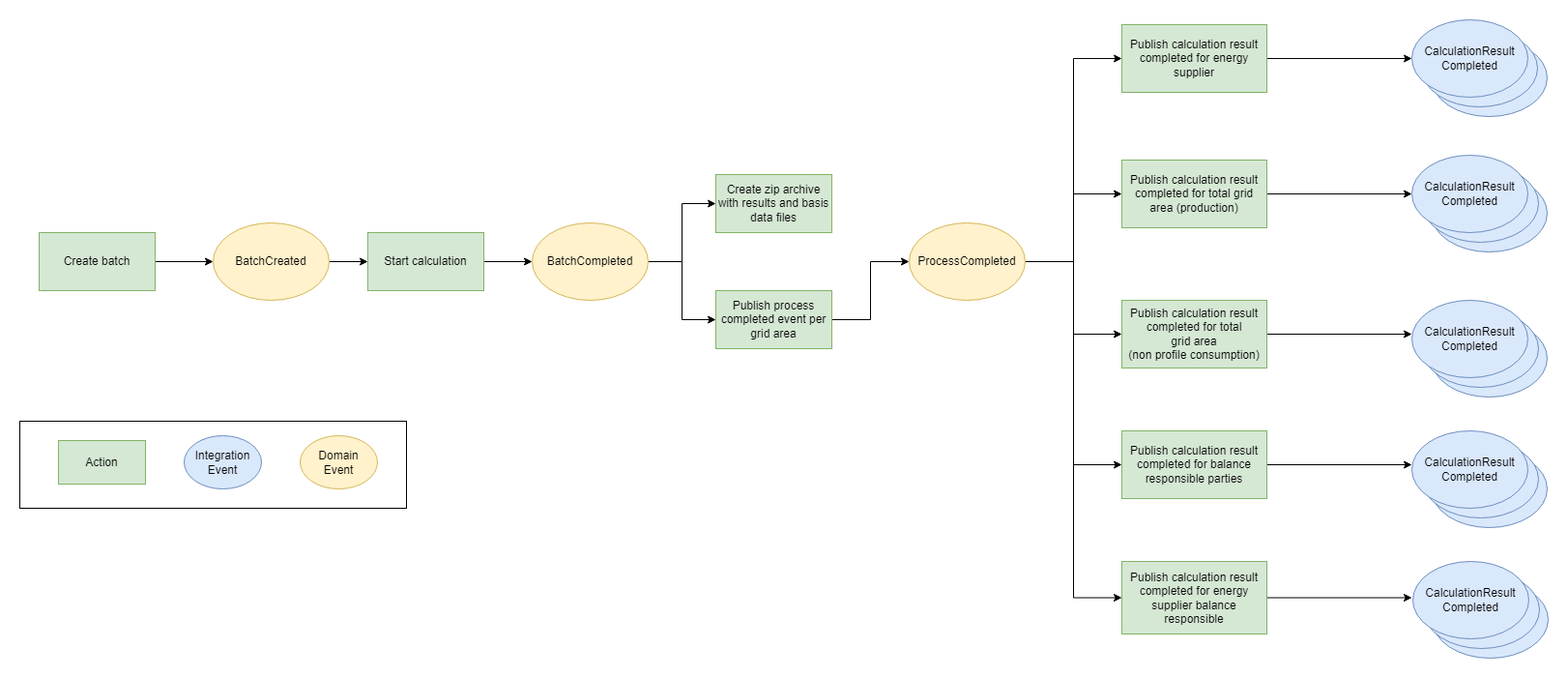
This is docs/images/events.drawio.png from Energinet-DataHub/opengeh-wholesale, a draw.io export, as it was before one commit. Source tidied: cells renumbered, new cells last; positions are measured from the earlier drawing's top-left corner, leaving out a move shared by most shapes. The source it was exported from:
```xml
<mxGraphModel background="#ffffff">
  <root>
    <mxCell id="0" />
    <mxCell id="1" parent="0" />
    <mxCell id="2" style="ellipse;whiteSpace=wrap;html=1;fillColor=#dae8fc;strokeColor=#6c8ebf;" parent="1" vertex="1">
      <mxGeometry x="1460" y="20" width="120" height="80" as="geometry" />
    </mxCell>
    <mxCell id="3" style="ellipse;whiteSpace=wrap;html=1;fillColor=#dae8fc;strokeColor=#6c8ebf;" parent="1" vertex="1">
      <mxGeometry x="1450" y="10" width="120" height="80" as="geometry" />
    </mxCell>
    <mxCell id="4" style="rounded=0;whiteSpace=wrap;html=1;align=left;" parent="1" vertex="1">
      <mxGeometry y="415" width="400" height="90" as="geometry" />
    </mxCell>
    <mxCell id="5" style="edgeStyle=orthogonalEdgeStyle;rounded=0;jettySize=auto;html=1;entryX=0;entryY=0.5;entryDx=0;entryDy=0;" parent="1" edge="1" source="6" target="9">
      <mxGeometry relative="1" as="geometry" />
    </mxCell>
    <mxCell id="6" value="Start calculation" style="rounded=0;whiteSpace=wrap;html=1;fillColor=#d5e8d4;strokeColor=#82b366;" parent="1" vertex="1">
      <mxGeometry x="360" y="220" width="120" height="60" as="geometry" />
    </mxCell>
    <mxCell id="7" style="edgeStyle=orthogonalEdgeStyle;rounded=0;jettySize=auto;html=1;entryX=0;entryY=0.5;entryDx=0;entryDy=0;" parent="1" edge="1" source="9" target="11">
      <mxGeometry relative="1" as="geometry" />
    </mxCell>
    <mxCell id="8" style="edgeStyle=orthogonalEdgeStyle;rounded=0;jettySize=auto;html=1;entryX=0;entryY=0.5;entryDx=0;entryDy=0;" parent="1" edge="1" source="9" target="12">
      <mxGeometry relative="1" as="geometry" />
    </mxCell>
    <mxCell id="9" value="BatchCompleted" style="ellipse;whiteSpace=wrap;html=1;fillColor=#fff2cc;strokeColor=#d6b656;" parent="1" vertex="1">
      <mxGeometry x="530" y="210" width="120" height="80" as="geometry" />
    </mxCell>
    <mxCell id="10" style="edgeStyle=orthogonalEdgeStyle;rounded=0;jettySize=auto;html=1;entryX=0;entryY=0.5;entryDx=0;entryDy=0;" parent="1" edge="1" source="11" target="18">
      <mxGeometry relative="1" as="geometry" />
    </mxCell>
    <mxCell id="11" value="Publish process completed event per grid area" style="rounded=0;whiteSpace=wrap;html=1;fillColor=#d5e8d4;strokeColor=#82b366;" parent="1" vertex="1">
      <mxGeometry x="720" y="280" width="120" height="60" as="geometry" />
    </mxCell>
    <mxCell id="12" value="Create zip archive with results and basis data files" style="rounded=0;whiteSpace=wrap;html=1;fillColor=#d5e8d4;strokeColor=#82b366;" parent="1" vertex="1">
      <mxGeometry x="720" y="160" width="120" height="60" as="geometry" />
    </mxCell>
    <mxCell id="13" style="edgeStyle=orthogonalEdgeStyle;rounded=0;jettySize=auto;html=1;entryX=0;entryY=0.5;entryDx=0;entryDy=0;" parent="1" edge="1" source="18" target="20">
      <mxGeometry relative="1" as="geometry" />
    </mxCell>
    <mxCell id="14" style="edgeStyle=orthogonalEdgeStyle;rounded=0;jettySize=auto;html=1;entryX=0;entryY=0.5;entryDx=0;entryDy=0;" parent="1" edge="1" source="18" target="25">
      <mxGeometry relative="1" as="geometry" />
    </mxCell>
    <mxCell id="15" style="edgeStyle=orthogonalEdgeStyle;rounded=0;jettySize=auto;html=1;entryX=0;entryY=0.5;entryDx=0;entryDy=0;" parent="1" edge="1" source="18" target="27">
      <mxGeometry relative="1" as="geometry" />
    </mxCell>
    <mxCell id="16" style="edgeStyle=orthogonalEdgeStyle;rounded=0;jettySize=auto;html=1;entryX=0;entryY=0.5;entryDx=0;entryDy=0;" parent="1" edge="1" source="18" target="29">
      <mxGeometry relative="1" as="geometry" />
    </mxCell>
    <mxCell id="17" style="edgeStyle=orthogonalEdgeStyle;rounded=0;jettySize=auto;html=1;entryX=0;entryY=0.5;entryDx=0;entryDy=0;" parent="1" edge="1" source="18" target="23">
      <mxGeometry relative="1" as="geometry" />
    </mxCell>
    <mxCell id="18" value="ProcessCompleted" style="ellipse;whiteSpace=wrap;html=1;fillColor=#fff2cc;strokeColor=#d6b656;" parent="1" vertex="1">
      <mxGeometry x="920" y="210" width="120" height="80" as="geometry" />
    </mxCell>
    <mxCell id="19" style="edgeStyle=orthogonalEdgeStyle;rounded=0;jettySize=auto;html=1;entryX=0;entryY=0.5;entryDx=0;entryDy=0;" parent="1" edge="1" source="20" target="21">
      <mxGeometry relative="1" as="geometry" />
    </mxCell>
    <mxCell id="20" value="Publish calculation result completed for energy supplier" style="rounded=0;whiteSpace=wrap;html=1;fillColor=#d5e8d4;strokeColor=#82b366;" parent="1" vertex="1">
      <mxGeometry x="1140" y="5" width="150" height="70" as="geometry" />
    </mxCell>
    <mxCell id="21" value="CalculationResult Completed" style="ellipse;whiteSpace=wrap;html=1;fillColor=#dae8fc;strokeColor=#6c8ebf;" parent="1" vertex="1">
      <mxGeometry x="1440" width="120" height="80" as="geometry" />
    </mxCell>
    <mxCell id="22" style="edgeStyle=orthogonalEdgeStyle;rounded=0;jettySize=auto;html=1;entryX=0;entryY=0.5;entryDx=0;entryDy=0;" parent="1" edge="1" source="23">
      <mxGeometry relative="1" as="geometry">
        <mxPoint x="1440" y="180" as="targetPoint" />
      </mxGeometry>
    </mxCell>
    <mxCell id="23" value="Publish calculation result completed for total grid area (production)" style="rounded=0;whiteSpace=wrap;html=1;fillColor=#d5e8d4;strokeColor=#82b366;" parent="1" vertex="1">
      <mxGeometry x="1140" y="145" width="150" height="70" as="geometry" />
    </mxCell>
    <mxCell id="24" style="edgeStyle=orthogonalEdgeStyle;rounded=0;jettySize=auto;html=1;entryX=0;entryY=0.5;entryDx=0;entryDy=0;" parent="1" edge="1" source="25">
      <mxGeometry relative="1" as="geometry">
        <mxPoint x="1440" y="325" as="targetPoint" />
      </mxGeometry>
    </mxCell>
    <mxCell id="25" value="Publish calculation result completed for total &lt;br&gt;grid area&lt;br&gt;(non profile consumption)" style="rounded=0;whiteSpace=wrap;html=1;fillColor=#d5e8d4;strokeColor=#82b366;" parent="1" vertex="1">
      <mxGeometry x="1140" y="290" width="150" height="70" as="geometry" />
    </mxCell>
    <mxCell id="26" style="edgeStyle=orthogonalEdgeStyle;rounded=0;jettySize=auto;html=1;entryX=0;entryY=0.5;entryDx=0;entryDy=0;" parent="1" edge="1" source="27">
      <mxGeometry relative="1" as="geometry">
        <mxPoint x="1440" y="460" as="targetPoint" />
      </mxGeometry>
    </mxCell>
    <mxCell id="27" value="Publish calculation result completed for balance responsible parties" style="rounded=0;whiteSpace=wrap;html=1;fillColor=#d5e8d4;strokeColor=#82b366;" parent="1" vertex="1">
      <mxGeometry x="1140" y="425" width="150" height="70" as="geometry" />
    </mxCell>
    <mxCell id="28" style="edgeStyle=orthogonalEdgeStyle;rounded=0;jettySize=auto;html=1;" parent="1" edge="1" source="29">
      <mxGeometry relative="1" as="geometry">
        <mxPoint x="1440" y="597.5" as="targetPoint" />
      </mxGeometry>
    </mxCell>
    <mxCell id="29" value="Publish calculation result completed for energy supplier balance responsible" style="rounded=0;whiteSpace=wrap;html=1;fillColor=#d5e8d4;strokeColor=#82b366;" parent="1" vertex="1">
      <mxGeometry x="1140" y="560" width="150" height="75" as="geometry" />
    </mxCell>
    <mxCell id="30" value="Action" style="rounded=0;whiteSpace=wrap;html=1;fillColor=#d5e8d4;strokeColor=#82b366;" parent="1" vertex="1">
      <mxGeometry x="40" y="435" width="90" height="45" as="geometry" />
    </mxCell>
    <mxCell id="31" value="Integration&lt;br&gt;Event" style="ellipse;whiteSpace=wrap;html=1;fillColor=#dae8fc;strokeColor=#6c8ebf;" parent="1" vertex="1">
      <mxGeometry x="170" y="430" width="80" height="55" as="geometry" />
    </mxCell>
    <mxCell id="32" style="ellipse;whiteSpace=wrap;html=1;fillColor=#dae8fc;strokeColor=#6c8ebf;" parent="1" vertex="1">
      <mxGeometry x="1460" y="160" width="120" height="80" as="geometry" />
    </mxCell>
    <mxCell id="33" style="ellipse;whiteSpace=wrap;html=1;fillColor=#dae8fc;strokeColor=#6c8ebf;" parent="1" vertex="1">
      <mxGeometry x="1451" y="150" width="120" height="80" as="geometry" />
    </mxCell>
    <mxCell id="34" value="CalculationResult Completed" style="ellipse;whiteSpace=wrap;html=1;fillColor=#dae8fc;strokeColor=#6c8ebf;" parent="1" vertex="1">
      <mxGeometry x="1440" y="140" width="120" height="80" as="geometry" />
    </mxCell>
    <mxCell id="35" style="ellipse;whiteSpace=wrap;html=1;fillColor=#dae8fc;strokeColor=#6c8ebf;" parent="1" vertex="1">
      <mxGeometry x="1460" y="310" width="120" height="80" as="geometry" />
    </mxCell>
    <mxCell id="36" style="ellipse;whiteSpace=wrap;html=1;fillColor=#dae8fc;strokeColor=#6c8ebf;" parent="1" vertex="1">
      <mxGeometry x="1451" y="300" width="120" height="80" as="geometry" />
    </mxCell>
    <mxCell id="37" value="CalculationResult Completed" style="ellipse;whiteSpace=wrap;html=1;fillColor=#dae8fc;strokeColor=#6c8ebf;" parent="1" vertex="1">
      <mxGeometry x="1440" y="290" width="120" height="80" as="geometry" />
    </mxCell>
    <mxCell id="38" style="ellipse;whiteSpace=wrap;html=1;fillColor=#dae8fc;strokeColor=#6c8ebf;" parent="1" vertex="1">
      <mxGeometry x="1460" y="445" width="120" height="80" as="geometry" />
    </mxCell>
    <mxCell id="39" style="ellipse;whiteSpace=wrap;html=1;fillColor=#dae8fc;strokeColor=#6c8ebf;" parent="1" vertex="1">
      <mxGeometry x="1451" y="435" width="120" height="80" as="geometry" />
    </mxCell>
    <mxCell id="40" value="CalculationResult Completed" style="ellipse;whiteSpace=wrap;html=1;fillColor=#dae8fc;strokeColor=#6c8ebf;" parent="1" vertex="1">
      <mxGeometry x="1440" y="425" width="120" height="80" as="geometry" />
    </mxCell>
    <mxCell id="41" style="ellipse;whiteSpace=wrap;html=1;fillColor=#dae8fc;strokeColor=#6c8ebf;" parent="1" vertex="1">
      <mxGeometry x="1461" y="580" width="120" height="80" as="geometry" />
    </mxCell>
    <mxCell id="42" style="ellipse;whiteSpace=wrap;html=1;fillColor=#dae8fc;strokeColor=#6c8ebf;" parent="1" vertex="1">
      <mxGeometry x="1452" y="570" width="120" height="80" as="geometry" />
    </mxCell>
    <mxCell id="43" value="CalculationResult Completed" style="ellipse;whiteSpace=wrap;html=1;fillColor=#dae8fc;strokeColor=#6c8ebf;" parent="1" vertex="1">
      <mxGeometry x="1441" y="560" width="120" height="80" as="geometry" />
    </mxCell>
    <mxCell id="44" style="edgeStyle=orthogonalEdgeStyle;rounded=0;jettySize=auto;html=1;entryX=0;entryY=0.5;entryDx=0;entryDy=0;" parent="1" edge="1" source="45" target="6">
      <mxGeometry relative="1" as="geometry" />
    </mxCell>
    <mxCell id="45" value="BatchCreated" style="ellipse;whiteSpace=wrap;html=1;fillColor=#fff2cc;strokeColor=#d6b656;" parent="1" vertex="1">
      <mxGeometry x="200" y="210" width="120" height="80" as="geometry" />
    </mxCell>
    <mxCell id="46" style="edgeStyle=orthogonalEdgeStyle;rounded=0;jettySize=auto;html=1;entryX=0;entryY=0.5;entryDx=0;entryDy=0;" parent="1" edge="1" source="47" target="45">
      <mxGeometry relative="1" as="geometry" />
    </mxCell>
    <mxCell id="47" value="Create batch" style="rounded=0;whiteSpace=wrap;html=1;fillColor=#d5e8d4;strokeColor=#82b366;" parent="1" vertex="1">
      <mxGeometry x="20" y="220" width="120" height="60" as="geometry" />
    </mxCell>
    <mxCell id="48" value="Domain&lt;br&gt;Event" style="ellipse;whiteSpace=wrap;html=1;fillColor=#fff2cc;strokeColor=#d6b656;" parent="1" vertex="1">
      <mxGeometry x="290" y="430" width="80" height="55" as="geometry" />
    </mxCell>
  </root>
</mxGraphModel>
```
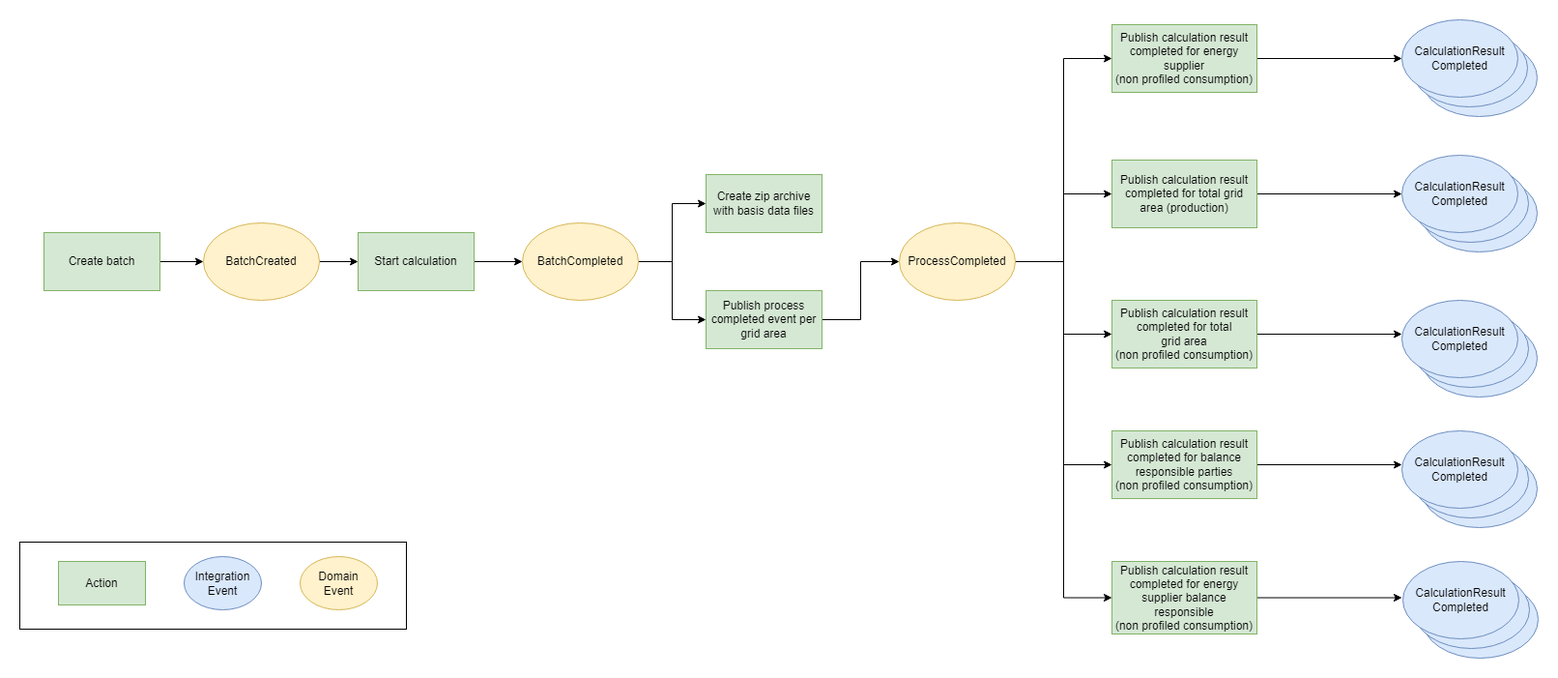
Later version of the same file.

The edit, as a diff of the source:
```diff
@@ -9,7 +9,7 @@
       <mxGeometry x="1450" y="10" width="120" height="80" as="geometry" />
     </mxCell>
     <mxCell id="4" style="rounded=0;whiteSpace=wrap;html=1;align=left;" parent="1" vertex="1">
-      <mxGeometry y="415" width="400" height="90" as="geometry" />
+      <mxGeometry x="10" y="540" width="400" height="90" as="geometry" />
     </mxCell>
     <mxCell id="5" style="edgeStyle=orthogonalEdgeStyle;rounded=0;jettySize=auto;html=1;entryX=0;entryY=0.5;entryDx=0;entryDy=0;" parent="1" edge="1" source="6" target="9">
       <mxGeometry relative="1" as="geometry" />
@@ -32,7 +32,7 @@
     <mxCell id="11" value="Publish process completed event per grid area" style="rounded=0;whiteSpace=wrap;html=1;fillColor=#d5e8d4;strokeColor=#82b366;" parent="1" vertex="1">
       <mxGeometry x="720" y="280" width="120" height="60" as="geometry" />
     </mxCell>
-    <mxCell id="12" value="Create zip archive with results and basis data files" style="rounded=0;whiteSpace=wrap;html=1;fillColor=#d5e8d4;strokeColor=#82b366;" parent="1" vertex="1">
+    <mxCell id="12" value="Create zip archive with basis data files" style="rounded=0;whiteSpace=wrap;html=1;fillColor=#d5e8d4;strokeColor=#82b366;" parent="1" vertex="1">
       <mxGeometry x="720" y="160" width="120" height="60" as="geometry" />
     </mxCell>
     <mxCell id="13" style="edgeStyle=orthogonalEdgeStyle;rounded=0;jettySize=auto;html=1;entryX=0;entryY=0.5;entryDx=0;entryDy=0;" parent="1" edge="1" source="18" target="20">
@@ -56,7 +56,7 @@
     <mxCell id="19" style="edgeStyle=orthogonalEdgeStyle;rounded=0;jettySize=auto;html=1;entryX=0;entryY=0.5;entryDx=0;entryDy=0;" parent="1" edge="1" source="20" target="21">
       <mxGeometry relative="1" as="geometry" />
     </mxCell>
-    <mxCell id="20" value="Publish calculation result completed for energy supplier" style="rounded=0;whiteSpace=wrap;html=1;fillColor=#d5e8d4;strokeColor=#82b366;" parent="1" vertex="1">
+    <mxCell id="20" value="Publish calculation result completed for energy supplier&lt;br&gt;(non profiled consumption)" style="rounded=0;whiteSpace=wrap;html=1;fillColor=#d5e8d4;strokeColor=#82b366;" parent="1" vertex="1">
       <mxGeometry x="1140" y="5" width="150" height="70" as="geometry" />
     </mxCell>
     <mxCell id="21" value="CalculationResult Completed" style="ellipse;whiteSpace=wrap;html=1;fillColor=#dae8fc;strokeColor=#6c8ebf;" parent="1" vertex="1">
@@ -75,7 +75,7 @@
         <mxPoint x="1440" y="325" as="targetPoint" />
       </mxGeometry>
     </mxCell>
-    <mxCell id="25" value="Publish calculation result completed for total &lt;br&gt;grid area&lt;br&gt;(non profile consumption)" style="rounded=0;whiteSpace=wrap;html=1;fillColor=#d5e8d4;strokeColor=#82b366;" parent="1" vertex="1">
+    <mxCell id="25" value="Publish calculation result completed for total &lt;br&gt;grid area&lt;br&gt;(non profiled consumption)" style="rounded=0;whiteSpace=wrap;html=1;fillColor=#d5e8d4;strokeColor=#82b366;" parent="1" vertex="1">
       <mxGeometry x="1140" y="290" width="150" height="70" as="geometry" />
     </mxCell>
     <mxCell id="26" style="edgeStyle=orthogonalEdgeStyle;rounded=0;jettySize=auto;html=1;entryX=0;entryY=0.5;entryDx=0;entryDy=0;" parent="1" edge="1" source="27">
@@ -83,7 +83,7 @@
         <mxPoint x="1440" y="460" as="targetPoint" />
       </mxGeometry>
     </mxCell>
-    <mxCell id="27" value="Publish calculation result completed for balance responsible parties" style="rounded=0;whiteSpace=wrap;html=1;fillColor=#d5e8d4;strokeColor=#82b366;" parent="1" vertex="1">
+    <mxCell id="27" value="Publish calculation result completed for balance responsible parties&lt;br&gt;(non profiled consumption)" style="rounded=0;whiteSpace=wrap;html=1;fillColor=#d5e8d4;strokeColor=#82b366;" parent="1" vertex="1">
       <mxGeometry x="1140" y="425" width="150" height="70" as="geometry" />
     </mxCell>
     <mxCell id="28" style="edgeStyle=orthogonalEdgeStyle;rounded=0;jettySize=auto;html=1;" parent="1" edge="1" source="29">
@@ -91,14 +91,14 @@
         <mxPoint x="1440" y="597.5" as="targetPoint" />
       </mxGeometry>
     </mxCell>
-    <mxCell id="29" value="Publish calculation result completed for energy supplier balance responsible" style="rounded=0;whiteSpace=wrap;html=1;fillColor=#d5e8d4;strokeColor=#82b366;" parent="1" vertex="1">
+    <mxCell id="29" value="Publish calculation result completed for energy supplier balance responsible&lt;br&gt;(non profiled consumption)" style="rounded=0;whiteSpace=wrap;html=1;fillColor=#d5e8d4;strokeColor=#82b366;" parent="1" vertex="1">
       <mxGeometry x="1140" y="560" width="150" height="75" as="geometry" />
     </mxCell>
     <mxCell id="30" value="Action" style="rounded=0;whiteSpace=wrap;html=1;fillColor=#d5e8d4;strokeColor=#82b366;" parent="1" vertex="1">
-      <mxGeometry x="40" y="435" width="90" height="45" as="geometry" />
+      <mxGeometry x="50" y="560" width="90" height="45" as="geometry" />
     </mxCell>
     <mxCell id="31" value="Integration&lt;br&gt;Event" style="ellipse;whiteSpace=wrap;html=1;fillColor=#dae8fc;strokeColor=#6c8ebf;" parent="1" vertex="1">
-      <mxGeometry x="170" y="430" width="80" height="55" as="geometry" />
+      <mxGeometry x="180" y="555" width="80" height="55" as="geometry" />
     </mxCell>
     <mxCell id="32" style="ellipse;whiteSpace=wrap;html=1;fillColor=#dae8fc;strokeColor=#6c8ebf;" parent="1" vertex="1">
       <mxGeometry x="1460" y="160" width="120" height="80" as="geometry" />
@@ -146,10 +146,10 @@
       <mxGeometry relative="1" as="geometry" />
     </mxCell>
     <mxCell id="47" value="Create batch" style="rounded=0;whiteSpace=wrap;html=1;fillColor=#d5e8d4;strokeColor=#82b366;" parent="1" vertex="1">
-      <mxGeometry x="20" y="220" width="120" height="60" as="geometry" />
+      <mxGeometry x="35" y="220" width="120" height="60" as="geometry" />
     </mxCell>
     <mxCell id="48" value="Domain&lt;br&gt;Event" style="ellipse;whiteSpace=wrap;html=1;fillColor=#fff2cc;strokeColor=#d6b656;" parent="1" vertex="1">
-      <mxGeometry x="290" y="430" width="80" height="55" as="geometry" />
+      <mxGeometry x="300" y="555" width="80" height="55" as="geometry" />
     </mxCell>
   </root>
 </mxGraphModel>
```
